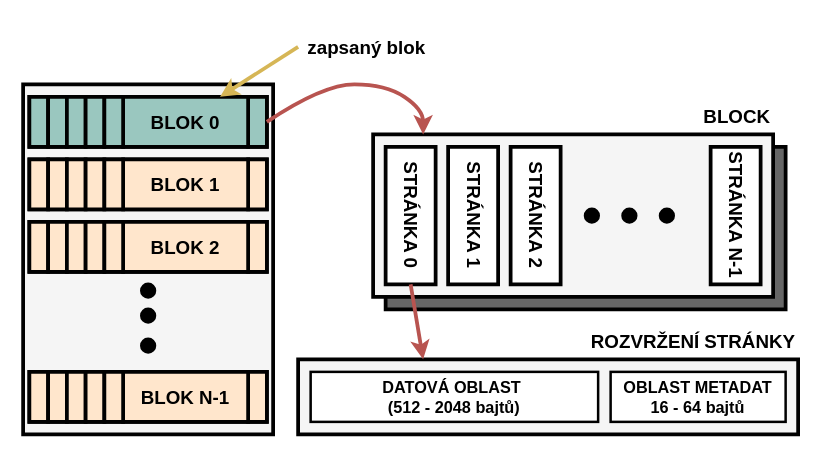
This is diagrams/nand_architecture/nand-architecture-1.drawio from Doly02/thesis, a draw.io file, before an edit. Source tidied: cells renumbered, new cells numbered last; positions are measured from the earlier drawing's top-left corner, leaving out a move shared by most shapes. Both pictures are drawn from the tidied source at 125%, with x=0, y=0 at pixel (22, 21).
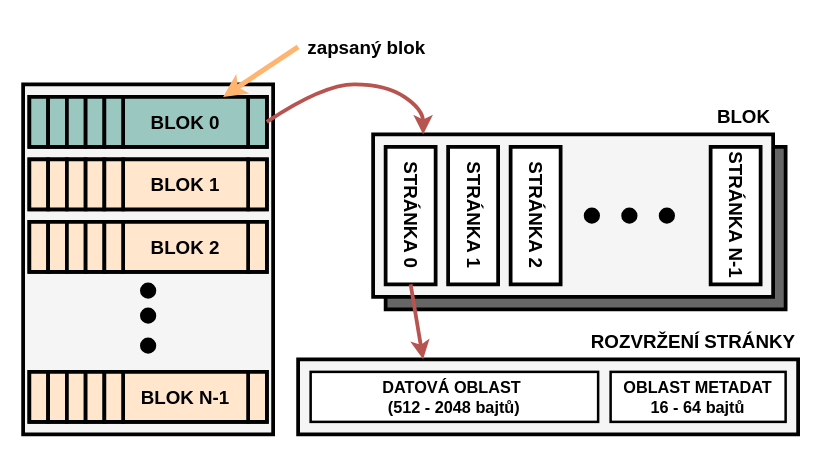
The same page after the edit.

The change refers to these unchanged cells:
```xml
<mxCell id="10" value="&lt;font style=&quot;font-size: 15px;&quot;&gt;&lt;b&gt;BLOK 0&lt;/b&gt;&lt;/font&gt;" style="rounded=0;whiteSpace=wrap;html=1;strokeWidth=3;fillColor=#9AC7BF;" parent="1" vertex="1">
  <mxGeometry x="80" y="60" width="100" height="40" as="geometry" />
</mxCell>
<mxCell id="41" value="&lt;font style=&quot;font-size: 15px;&quot;&gt;&lt;b&gt;zapsaný blok&lt;/b&gt;&lt;/font&gt;" style="text;html=1;align=center;verticalAlign=middle;whiteSpace=wrap;rounded=0;" parent="1" vertex="1">
  <mxGeometry x="220" width="110" height="40" as="geometry" />
</mxCell>
```

Change to the diagram source:
```diff
@@
-    <mxCell id="49" style="endArrow=classic;html=1;rounded=0;fillColor=#fff2cc;strokeColor=#d6b656;strokeWidth=3;exitX=0;exitY=0.5;exitDx=0;exitDy=0;" parent="1" edge="1" source="41">
-      <mxGeometry relative="1" as="geometry">
-        <mxPoint x="157.5" y="60" as="targetPoint" />
-      </mxGeometry>
+    <mxCell id="49" style="endArrow=classic;html=1;rounded=0;fillColor=#cdeb8b;strokeColor=#FFB570;strokeWidth=4;exitX=0;exitY=0.5;exitDx=0;exitDy=0;" parent="1" edge="1" source="41" target="10">
+      <mxGeometry relative="1" as="geometry" />
     </mxCell>
@@
-    <mxCell id="53" value="&lt;font style=&quot;font-size: 15px;&quot;&gt;&lt;b&gt;BLOCK&lt;/b&gt;&lt;/font&gt;" style="text;html=1;align=right;verticalAlign=middle;whiteSpace=wrap;rounded=0;" parent="1" vertex="1">
+    <mxCell id="53" value="&lt;font style=&quot;font-size: 15px;&quot;&gt;&lt;b&gt;BLOK&lt;/b&gt;&lt;/font&gt;" style="text;html=1;align=right;verticalAlign=middle;whiteSpace=wrap;rounded=0;" parent="1" vertex="1">
       <mxGeometry x="520" y="60" width="80" height="30" as="geometry" />
     </mxCell>
```
